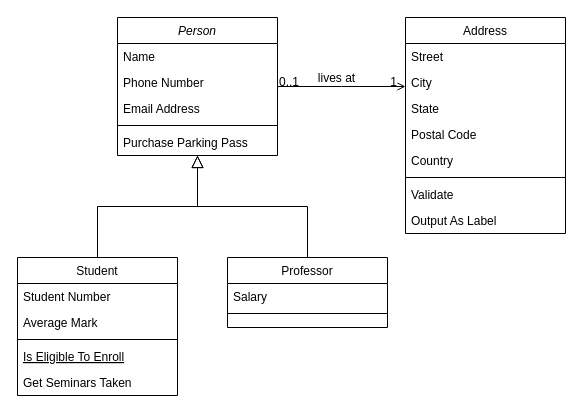
Above: Untitled Diagram.drawio in tomoko0123/sample.configuration (draw.io), before the change. Source tidied: cells renumbered, new cells numbered last; positions are measured from the earlier drawing's top-left corner, leaving out a move shared by most shapes. Both pictures are drawn from the tidied source at 100%, with x=0, y=0 at pixel (17, 17).
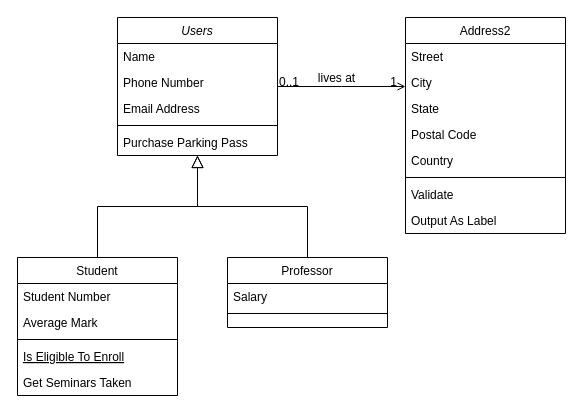
The same page after the edit.

What changed in the source:
```diff
@@
-    <mxCell id="2" value="Person" style="swimlane;fontStyle=2;align=center;verticalAlign=top;horizontal=1;startSize=26;rounded=0;shadow=0;strokeWidth=1;" parent="1" vertex="1">
+    <mxCell id="2" value="Users" style="swimlane;fontStyle=2;align=center;verticalAlign=top;horizontal=1;startSize=26;rounded=0;shadow=0;strokeWidth=1;" parent="1" vertex="1">
       <mxGeometry x="100" width="160" height="138" as="geometry" />
     </mxCell>
@@
-    <mxCell id="19" value="Address" style="swimlane;fontStyle=0;align=center;verticalAlign=top;horizontal=1;startSize=26;rounded=0;shadow=0;strokeWidth=1;" parent="1" vertex="1">
+    <mxCell id="19" value="Address2" style="swimlane;fontStyle=0;align=center;verticalAlign=top;horizontal=1;startSize=26;rounded=0;shadow=0;strokeWidth=1;" parent="1" vertex="1">
       <mxGeometry x="388" width="160" height="216" as="geometry" />
     </mxCell>
```
